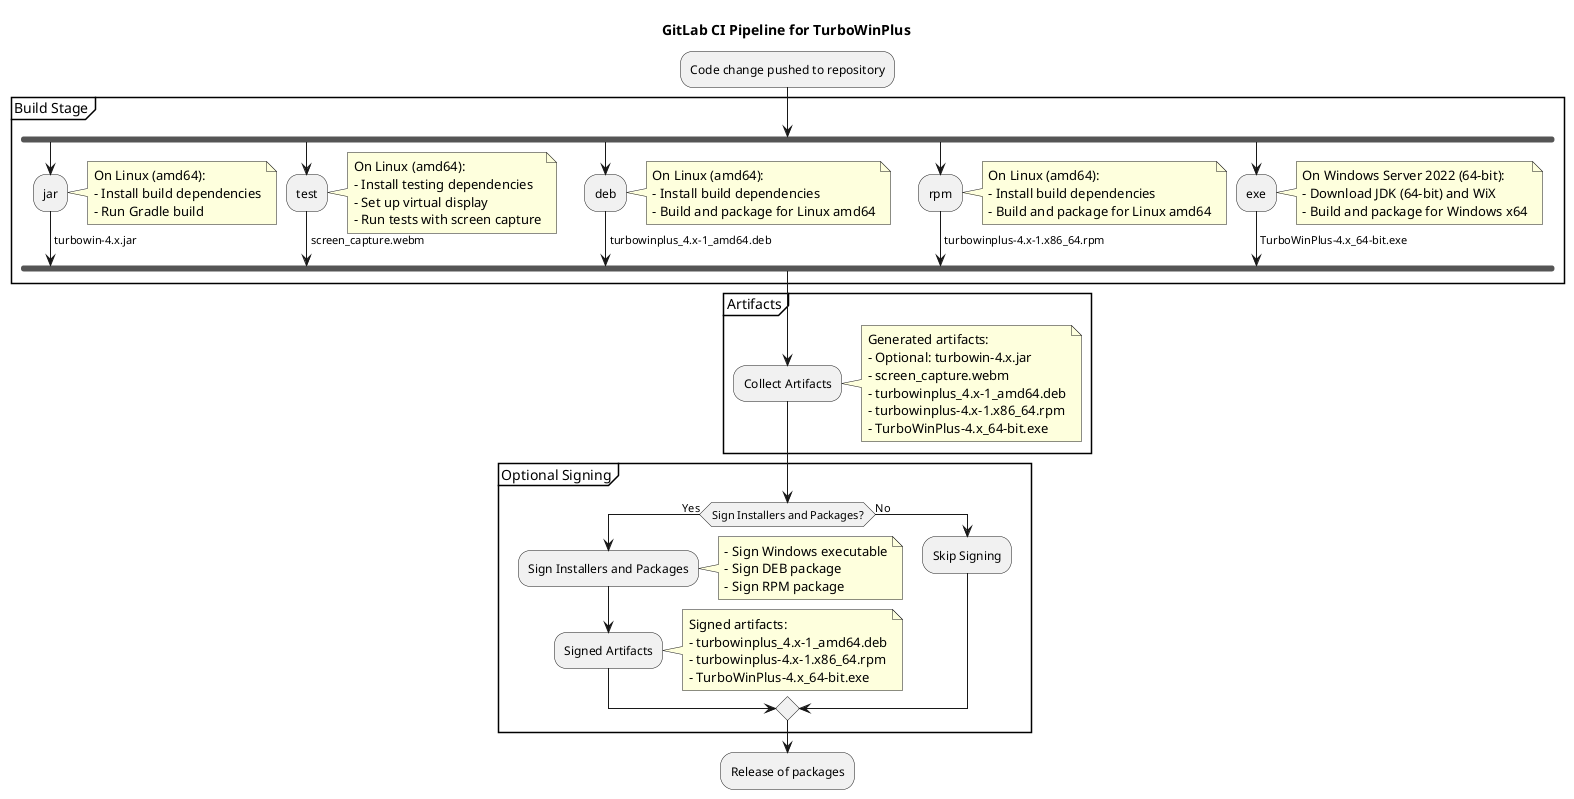
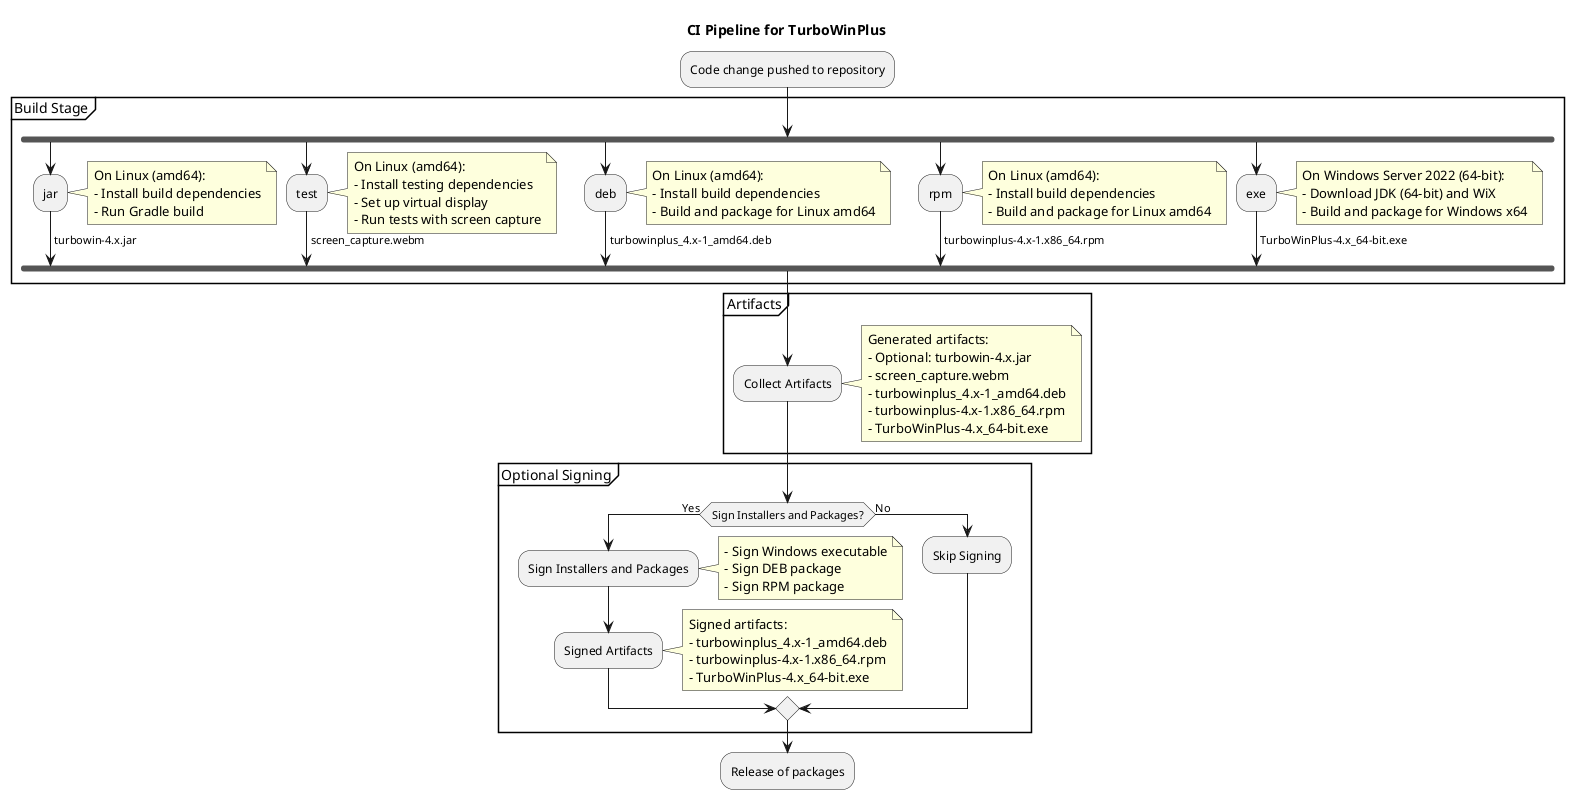
@startuml
skinparam rectangle {
    BackgroundColor<<Build Stage>> LightBlue
    BackgroundColor<<Artifacts>> LightYellow
    BackgroundColor<<Optional Signing>> LightGray
}

- title GitLab CI Pipeline for TurboWinPlus
+ title CI Pipeline for TurboWinPlus

:Code change pushed to repository;

partition "Build Stage" <<Build Stage>> {
    fork
        :jar;
        note right
            On Linux (amd64):
            - Install build dependencies
            - Run Gradle build
        end note
        -> turbowin-4.x.jar;
    fork again
        :test;
        note right
            On Linux (amd64):
            - Install testing dependencies
            - Set up virtual display
            - Run tests with screen capture
        end note
        -> screen_capture.webm;
    fork again
        :deb;
        note right
            On Linux (amd64):
            - Install build dependencies
            - Build and package for Linux amd64
        end note
        -> turbowinplus_4.x-1_amd64.deb;
    fork again
        :rpm;
        note right
            On Linux (amd64):
            - Install build dependencies
            - Build and package for Linux amd64
        end note
        -> turbowinplus-4.x-1.x86_64.rpm;
    fork again
        :exe;
        note right
            On Windows Server 2022 (64-bit):
            - Download JDK (64-bit) and WiX
            - Build and package for Windows x64
        end note
        -> TurboWinPlus-4.x_64-bit.exe;
    end fork
}

partition "Artifacts" <<Artifacts>> {
    :Collect Artifacts;
    note right
        Generated artifacts:
        - Optional: turbowin-4.x.jar
        - screen_capture.webm
        - turbowinplus_4.x-1_amd64.deb
        - turbowinplus-4.x-1.x86_64.rpm
        - TurboWinPlus-4.x_64-bit.exe
    end note
}

partition "Optional Signing" <<Optional Signing>> {
    if (Sign Installers and Packages?) then (Yes)
        :Sign Installers and Packages;
        note right
            - Sign Windows executable
            - Sign DEB package
            - Sign RPM package
        end note
        :Signed Artifacts;
        note right
            Signed artifacts:
            - turbowinplus_4.x-1_amd64.deb
            - turbowinplus-4.x-1.x86_64.rpm
            - TurboWinPlus-4.x_64-bit.exe
        end note
    else (No)
        :Skip Signing;
    endif
}

:Release of packages;
@enduml
